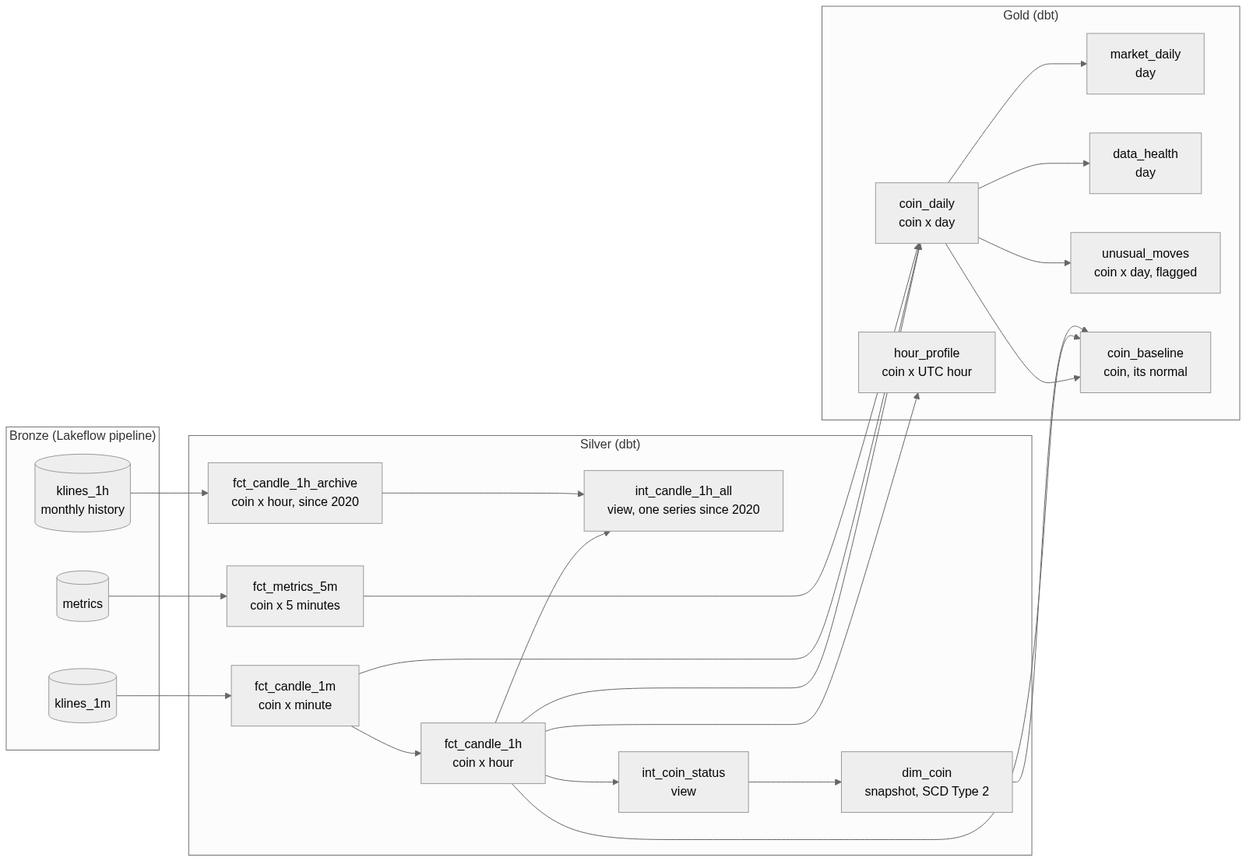
The Mermaid diagram docs/images/diagrams/dbt-lineage.png in shivam65-sketch/medusa, before a commit. Its source is kept beside it as docs/diagrams/dbt-lineage.mmd.
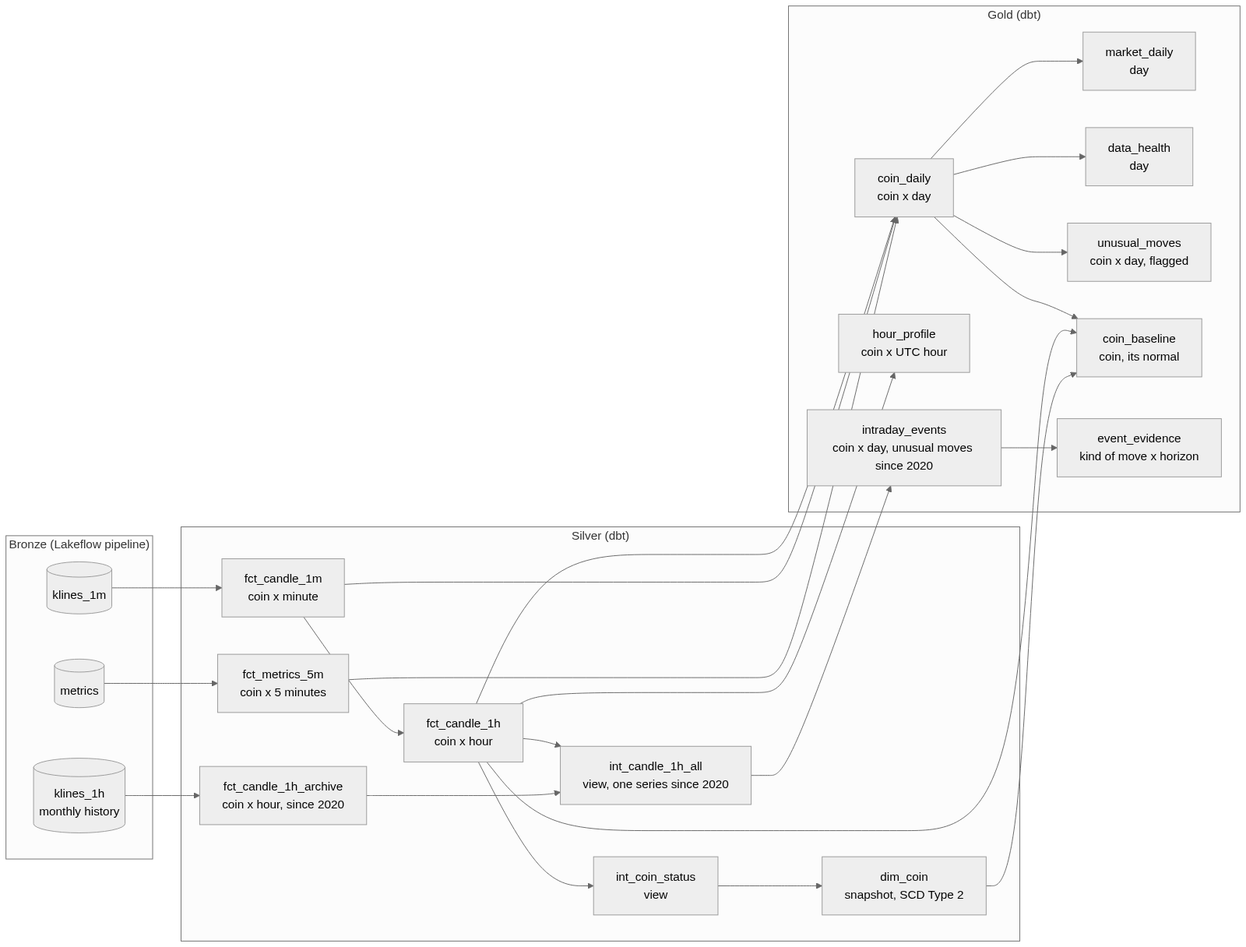
Later version of the same file.

Commit message:
Docs: step 22 (evidence), ADR-022, glossary, updated diagrams

The edit, as a diff of the source:
```diff
@@ -21,6 +21,8 @@
     um["unusual_moves<br>coin x day, flagged"]
     hp["hour_profile<br>coin x UTC hour"]
     cb["coin_baseline<br>coin, its normal"]
+    ie["intraday_events<br>coin x day, unusual moves since 2020"]
+    ee["event_evidence<br>kind of move x horizon"]
   end
   bk --> c1
   bm --> m5
@@ -39,3 +41,4 @@
   cd --> cb
   c1h --> cb
   dc --> cb
+  all --> ie --> ee
```
